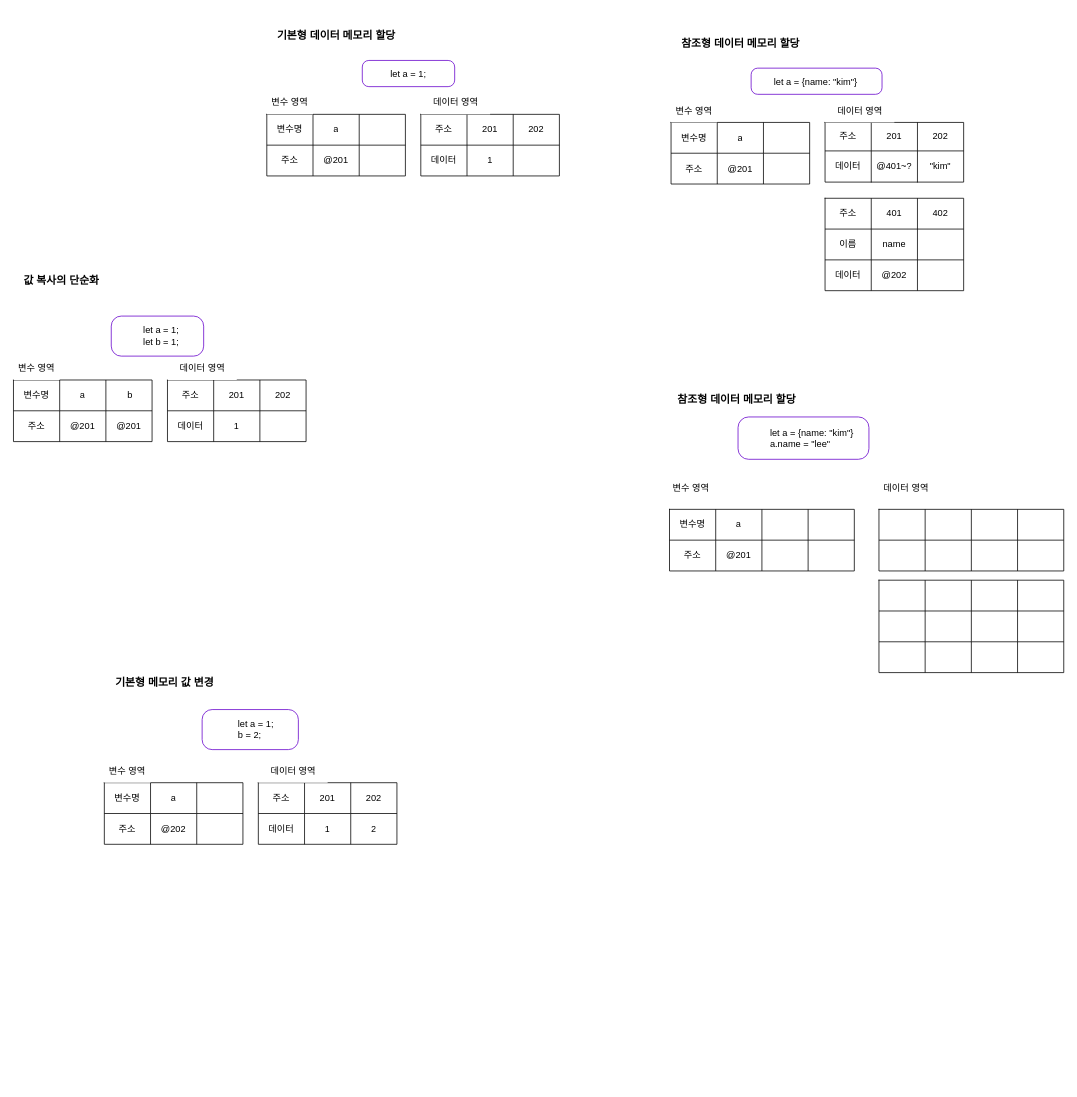
Before: chaeyoo-js.drawio in chaeyoo/javascript-all-i-want, a draw.io diagram. Source tidied: cells renumbered, new cells numbered last; positions are measured from the earlier drawing's top-left corner, leaving out a move shared by most shapes. Both pictures are drawn from the tidied source at 77%, with x=0, y=0 at pixel (13, 13).
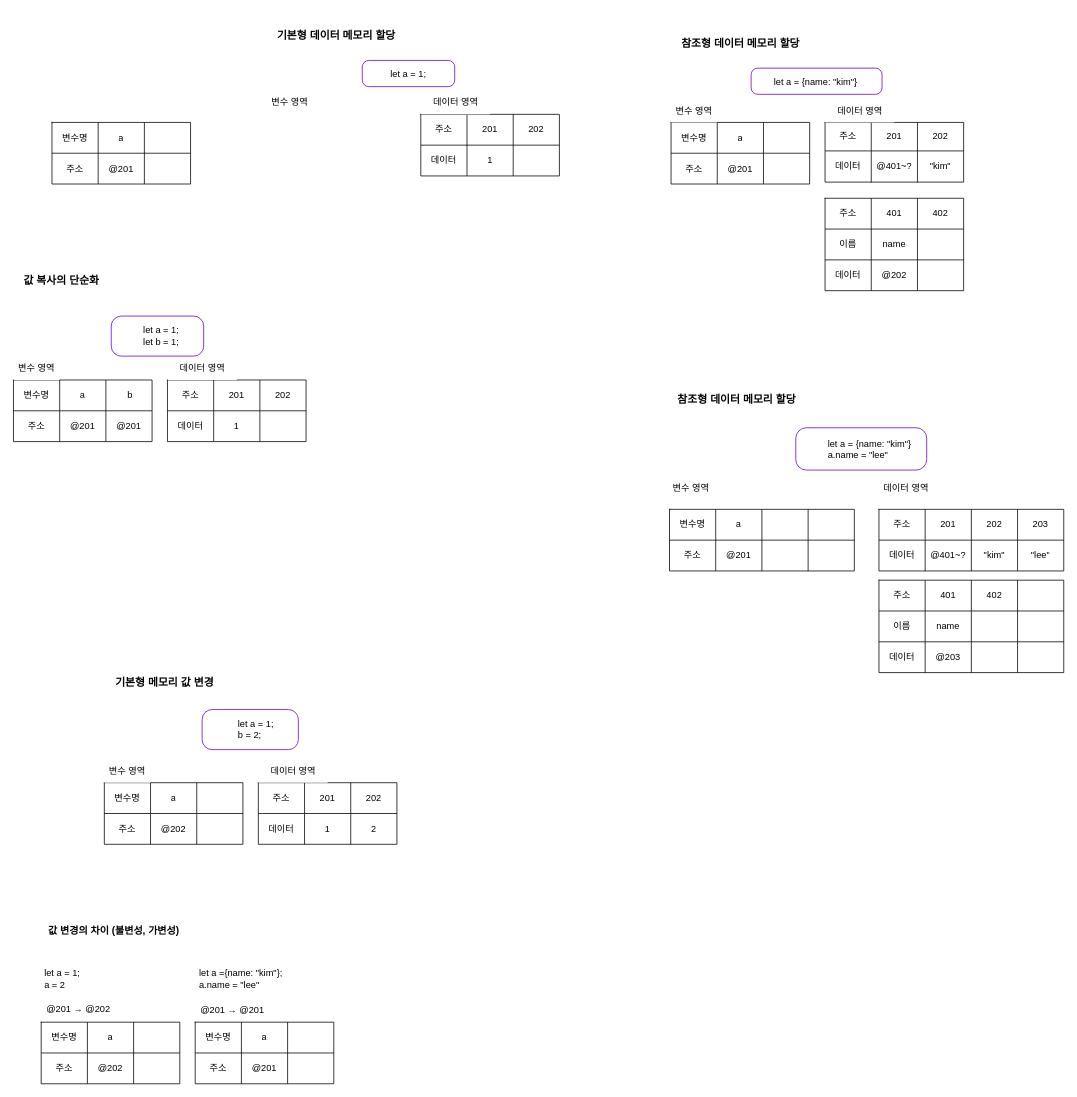
The same diagram, later.

Unchanged cells that the change refers to:
```xml
<mxCell id="124" style="shape=tableRow;horizontal=0;startSize=0;swimlaneHead=0;swimlaneBody=0;strokeColor=inherit;top=0;left=0;bottom=0;right=0;fillColor=none;" parent="123" vertex="1">
  <mxGeometry width="240" height="40" as="geometry" />
</mxCell>
<mxCell id="129" style="shape=tableRow;horizontal=0;startSize=0;swimlaneHead=0;swimlaneBody=0;strokeColor=inherit;top=0;left=0;bottom=0;right=0;fillColor=none;" parent="123" vertex="1">
  <mxGeometry y="40" width="240" height="40" as="geometry" />
</mxCell>
<mxCell id="135" style="shape=tableRow;horizontal=0;startSize=0;swimlaneHead=0;swimlaneBody=0;strokeColor=inherit;top=0;left=0;bottom=0;right=0;fillColor=none;" parent="134" vertex="1">
  <mxGeometry width="240" height="40" as="geometry" />
</mxCell>
<mxCell id="140" style="shape=tableRow;horizontal=0;startSize=0;swimlaneHead=0;swimlaneBody=0;strokeColor=inherit;top=0;left=0;bottom=0;right=0;fillColor=none;" parent="134" vertex="1">
  <mxGeometry y="40" width="240" height="40" as="geometry" />
</mxCell>
<mxCell id="145" style="shape=tableRow;horizontal=0;startSize=0;swimlaneHead=0;swimlaneBody=0;strokeColor=inherit;top=0;left=0;bottom=0;right=0;fillColor=none;" parent="134" vertex="1">
  <mxGeometry y="80" width="240" height="40" as="geometry" />
</mxCell>
```

The edit, as a diff of the source:
```diff
@@
     <mxCell id="4" style="shape=table;startSize=0;childLayout=tableLayout;" parent="1" vertex="1">
-      <mxGeometry x="329" y="131" width="180" height="80" as="geometry" />
+      <mxGeometry x="50" y="141.5" width="180" height="80" as="geometry" />
     </mxCell>
@@
     <mxCell id="108" value="let a = {name: &quot;kim&quot;}&lt;br&gt;&lt;div style=&quot;text-align: left;&quot;&gt;&lt;span style=&quot;background-color: initial;&quot;&gt;a.name = &quot;lee&quot;&lt;/span&gt;&lt;/div&gt;" style="text;html=1;align=center;verticalAlign=middle;whiteSpace=wrap;rounded=0;fillColor=#FFFFFF;" parent="1" vertex="1">
-      <mxGeometry x="974" y="536.5" width="126" height="30" as="geometry" />
+      <mxGeometry x="1049" y="550.5" width="126" height="30" as="geometry" />
     </mxCell>
@@
     <mxCell id="111" style="rounded=1;whiteSpace=wrap;html=1;strokeColor=#6600CC;fillColor=none;shadow=0;arcSize=25;" parent="1" vertex="1">
-      <mxGeometry x="941" y="524" width="170" height="55" as="geometry" />
+      <mxGeometry x="1016" y="538" width="170" height="55" as="geometry" />
     </mxCell>
@@
-    <mxCell id="125" style="shape=partialRectangle;html=1;whiteSpace=wrap;strokeColor=inherit;overflow=hidden;fillColor=none;top=0;left=0;bottom=0;right=0;" parent="124" vertex="1">
+    <mxCell id="125" value="주소" style="shape=partialRectangle;html=1;whiteSpace=wrap;strokeColor=inherit;overflow=hidden;fillColor=none;top=0;left=0;bottom=0;right=0;" parent="124" vertex="1">
       <mxGeometry width="60" height="40" as="geometry" />
     </mxCell>
-    <mxCell id="126" style="shape=partialRectangle;html=1;whiteSpace=wrap;strokeColor=inherit;overflow=hidden;fillColor=none;top=0;left=0;bottom=0;right=0;" parent="124" vertex="1">
+    <mxCell id="126" value="201" style="shape=partialRectangle;html=1;whiteSpace=wrap;strokeColor=inherit;overflow=hidden;fillColor=none;top=0;left=0;bottom=0;right=0;" parent="124" vertex="1">
       <mxGeometry x="60" width="60" height="40" as="geometry" />
     </mxCell>
-    <mxCell id="127" style="shape=partialRectangle;html=1;whiteSpace=wrap;strokeColor=inherit;overflow=hidden;fillColor=none;top=0;left=0;bottom=0;right=0;" parent="124" vertex="1">
+    <mxCell id="127" value="202" style="shape=partialRectangle;html=1;whiteSpace=wrap;strokeColor=inherit;overflow=hidden;fillColor=none;top=0;left=0;bottom=0;right=0;" parent="124" vertex="1">
       <mxGeometry x="120" width="60" height="40" as="geometry" />
     </mxCell>
-    <mxCell id="128" style="shape=partialRectangle;html=1;whiteSpace=wrap;strokeColor=inherit;overflow=hidden;fillColor=none;top=0;left=0;bottom=0;right=0;" parent="124" vertex="1">
+    <mxCell id="128" value="203" style="shape=partialRectangle;html=1;whiteSpace=wrap;strokeColor=inherit;overflow=hidden;fillColor=none;top=0;left=0;bottom=0;right=0;" parent="124" vertex="1">
       <mxGeometry x="180" width="60" height="40" as="geometry" />
     </mxCell>
@@
-    <mxCell id="130" style="shape=partialRectangle;html=1;whiteSpace=wrap;strokeColor=inherit;overflow=hidden;fillColor=none;top=0;left=0;bottom=0;right=0;" parent="129" vertex="1">
+    <mxCell id="130" value="데이터" style="shape=partialRectangle;html=1;whiteSpace=wrap;strokeColor=inherit;overflow=hidden;fillColor=none;top=0;left=0;bottom=0;right=0;" parent="129" vertex="1">
       <mxGeometry width="60" height="40" as="geometry" />
     </mxCell>
-    <mxCell id="131" style="shape=partialRectangle;html=1;whiteSpace=wrap;strokeColor=inherit;overflow=hidden;fillColor=none;top=0;left=0;bottom=0;right=0;" parent="129" vertex="1">
+    <mxCell id="131" value="@401~?" style="shape=partialRectangle;html=1;whiteSpace=wrap;strokeColor=inherit;overflow=hidden;fillColor=none;top=0;left=0;bottom=0;right=0;" parent="129" vertex="1">
       <mxGeometry x="60" width="60" height="40" as="geometry" />
     </mxCell>
-    <mxCell id="132" style="shape=partialRectangle;html=1;whiteSpace=wrap;strokeColor=inherit;overflow=hidden;fillColor=none;top=0;left=0;bottom=0;right=0;" parent="129" vertex="1">
+    <mxCell id="132" value="&quot;kim&quot;" style="shape=partialRectangle;html=1;whiteSpace=wrap;strokeColor=inherit;overflow=hidden;fillColor=none;top=0;left=0;bottom=0;right=0;" parent="129" vertex="1">
       <mxGeometry x="120" width="60" height="40" as="geometry" />
     </mxCell>
-    <mxCell id="133" style="shape=partialRectangle;html=1;whiteSpace=wrap;strokeColor=inherit;overflow=hidden;fillColor=none;top=0;left=0;bottom=0;right=0;" parent="129" vertex="1">
+    <mxCell id="133" value="&quot;lee&quot;" style="shape=partialRectangle;html=1;whiteSpace=wrap;strokeColor=inherit;overflow=hidden;fillColor=none;top=0;left=0;bottom=0;right=0;" parent="129" vertex="1">
       <mxGeometry x="180" width="60" height="40" as="geometry" />
     </mxCell>
@@
-    <mxCell id="136" style="shape=partialRectangle;html=1;whiteSpace=wrap;strokeColor=inherit;overflow=hidden;fillColor=none;top=0;left=0;bottom=0;right=0;" parent="135" vertex="1">
+    <mxCell id="136" value="주소" style="shape=partialRectangle;html=1;whiteSpace=wrap;strokeColor=inherit;overflow=hidden;fillColor=none;top=0;left=0;bottom=0;right=0;" parent="135" vertex="1">
       <mxGeometry width="60" height="40" as="geometry" />
     </mxCell>
-    <mxCell id="137" style="shape=partialRectangle;html=1;whiteSpace=wrap;strokeColor=inherit;overflow=hidden;fillColor=none;top=0;left=0;bottom=0;right=0;" parent="135" vertex="1">
+    <mxCell id="137" value="401" style="shape=partialRectangle;html=1;whiteSpace=wrap;strokeColor=inherit;overflow=hidden;fillColor=none;top=0;left=0;bottom=0;right=0;" parent="135" vertex="1">
       <mxGeometry x="60" width="60" height="40" as="geometry" />
     </mxCell>
-    <mxCell id="138" style="shape=partialRectangle;html=1;whiteSpace=wrap;strokeColor=inherit;overflow=hidden;fillColor=none;top=0;left=0;bottom=0;right=0;" parent="135" vertex="1">
+    <mxCell id="138" value="402" style="shape=partialRectangle;html=1;whiteSpace=wrap;strokeColor=inherit;overflow=hidden;fillColor=none;top=0;left=0;bottom=0;right=0;" parent="135" vertex="1">
       <mxGeometry x="120" width="60" height="40" as="geometry" />
     </mxCell>
@@
-    <mxCell id="141" style="shape=partialRectangle;html=1;whiteSpace=wrap;strokeColor=inherit;overflow=hidden;fillColor=none;top=0;left=0;bottom=0;right=0;" parent="140" vertex="1">
+    <mxCell id="141" value="이름" style="shape=partialRectangle;html=1;whiteSpace=wrap;strokeColor=inherit;overflow=hidden;fillColor=none;top=0;left=0;bottom=0;right=0;" parent="140" vertex="1">
       <mxGeometry width="60" height="40" as="geometry" />
     </mxCell>
-    <mxCell id="142" style="shape=partialRectangle;html=1;whiteSpace=wrap;strokeColor=inherit;overflow=hidden;fillColor=none;top=0;left=0;bottom=0;right=0;" parent="140" vertex="1">
+    <mxCell id="142" value="name" style="shape=partialRectangle;html=1;whiteSpace=wrap;strokeColor=inherit;overflow=hidden;fillColor=none;top=0;left=0;bottom=0;right=0;" parent="140" vertex="1">
       <mxGeometry x="60" width="60" height="40" as="geometry" />
     </mxCell>
@@
-    <mxCell id="146" style="shape=partialRectangle;html=1;whiteSpace=wrap;strokeColor=inherit;overflow=hidden;fillColor=none;top=0;left=0;bottom=0;right=0;" parent="145" vertex="1">
+    <mxCell id="146" value="데이터" style="shape=partialRectangle;html=1;whiteSpace=wrap;strokeColor=inherit;overflow=hidden;fillColor=none;top=0;left=0;bottom=0;right=0;" parent="145" vertex="1">
       <mxGeometry width="60" height="40" as="geometry" />
     </mxCell>
-    <mxCell id="147" style="shape=partialRectangle;html=1;whiteSpace=wrap;strokeColor=inherit;overflow=hidden;fillColor=none;top=0;left=0;bottom=0;right=0;" parent="145" vertex="1">
+    <mxCell id="147" value="@203" style="shape=partialRectangle;html=1;whiteSpace=wrap;strokeColor=inherit;overflow=hidden;fillColor=none;top=0;left=0;bottom=0;right=0;" parent="145" vertex="1">
       <mxGeometry x="60" width="60" height="40" as="geometry" />
     </mxCell>
@@
+    <mxCell id="150" style="shape=table;startSize=0;childLayout=tableLayout;" parent="1" vertex="1">
+      <mxGeometry x="36" y="1310" width="180" height="80" as="geometry" />
+    </mxCell>
+    <mxCell id="151" style="shape=tableRow;horizontal=0;startSize=0;swimlaneHead=0;swimlaneBody=0;strokeColor=inherit;top=0;left=0;bottom=0;right=0;fillColor=none;" parent="150" vertex="1">
+      <mxGeometry width="180" height="40" as="geometry" />
+    </mxCell>
+    <mxCell id="152" value="변수명" style="shape=partialRectangle;html=1;whiteSpace=wrap;strokeColor=inherit;overflow=hidden;fillColor=none;top=0;left=0;bottom=0;right=0;" parent="151" vertex="1">
+      <mxGeometry width="60" height="40" as="geometry" />
+    </mxCell>
+    <mxCell id="153" value="a" style="shape=partialRectangle;html=1;whiteSpace=wrap;strokeColor=inherit;overflow=hidden;fillColor=none;top=0;left=0;bottom=0;right=0;" parent="151" vertex="1">
+      <mxGeometry x="60" width="60" height="40" as="geometry" />
+    </mxCell>
+    <mxCell id="154" style="shape=partialRectangle;html=1;whiteSpace=wrap;strokeColor=inherit;overflow=hidden;fillColor=none;top=0;left=0;bottom=0;right=0;" parent="151" vertex="1">
+      <mxGeometry x="120" width="60" height="40" as="geometry" />
+    </mxCell>
+    <mxCell id="155" style="shape=tableRow;horizontal=0;startSize=0;swimlaneHead=0;swimlaneBody=0;strokeColor=inherit;top=0;left=0;bottom=0;right=0;fillColor=none;" parent="150" vertex="1">
+      <mxGeometry y="40" width="180" height="40" as="geometry" />
+    </mxCell>
+    <mxCell id="156" value="주소" style="shape=partialRectangle;html=1;whiteSpace=wrap;strokeColor=inherit;overflow=hidden;fillColor=none;top=0;left=0;bottom=0;right=0;" parent="155" vertex="1">
+      <mxGeometry width="60" height="40" as="geometry" />
+    </mxCell>
+    <mxCell id="157" value="@202" style="shape=partialRectangle;html=1;whiteSpace=wrap;strokeColor=inherit;overflow=hidden;fillColor=none;top=0;left=0;bottom=0;right=0;" parent="155" vertex="1">
+      <mxGeometry x="60" width="60" height="40" as="geometry" />
+    </mxCell>
+    <mxCell id="158" style="shape=partialRectangle;html=1;whiteSpace=wrap;strokeColor=inherit;overflow=hidden;fillColor=none;top=0;left=0;bottom=0;right=0;" parent="155" vertex="1">
+      <mxGeometry x="120" width="60" height="40" as="geometry" />
+    </mxCell>
+    <mxCell id="159" style="shape=table;startSize=0;childLayout=tableLayout;" parent="1" vertex="1">
+      <mxGeometry x="236" y="1310" width="180" height="80" as="geometry" />
+    </mxCell>
+    <mxCell id="160" style="shape=tableRow;horizontal=0;startSize=0;swimlaneHead=0;swimlaneBody=0;strokeColor=inherit;top=0;left=0;bottom=0;right=0;fillColor=none;" parent="159" vertex="1">
+      <mxGeometry width="180" height="40" as="geometry" />
+    </mxCell>
+    <mxCell id="161" value="변수명" style="shape=partialRectangle;html=1;whiteSpace=wrap;strokeColor=inherit;overflow=hidden;fillColor=none;top=0;left=0;bottom=0;right=0;" parent="160" vertex="1">
+      <mxGeometry width="60" height="40" as="geometry" />
+    </mxCell>
+    <mxCell id="162" value="a" style="shape=partialRectangle;html=1;whiteSpace=wrap;strokeColor=inherit;overflow=hidden;fillColor=none;top=0;left=0;bottom=0;right=0;" parent="160" vertex="1">
+      <mxGeometry x="60" width="60" height="40" as="geometry" />
+    </mxCell>
+    <mxCell id="163" style="shape=partialRectangle;html=1;whiteSpace=wrap;strokeColor=inherit;overflow=hidden;fillColor=none;top=0;left=0;bottom=0;right=0;" parent="160" vertex="1">
+      <mxGeometry x="120" width="60" height="40" as="geometry" />
+    </mxCell>
+    <mxCell id="164" style="shape=tableRow;horizontal=0;startSize=0;swimlaneHead=0;swimlaneBody=0;strokeColor=inherit;top=0;left=0;bottom=0;right=0;fillColor=none;" parent="159" vertex="1">
+      <mxGeometry y="40" width="180" height="40" as="geometry" />
+    </mxCell>
+    <mxCell id="165" value="주소" style="shape=partialRectangle;html=1;whiteSpace=wrap;strokeColor=inherit;overflow=hidden;fillColor=none;top=0;left=0;bottom=0;right=0;" parent="164" vertex="1">
+      <mxGeometry width="60" height="40" as="geometry" />
+    </mxCell>
+    <mxCell id="166" value="@201" style="shape=partialRectangle;html=1;whiteSpace=wrap;strokeColor=inherit;overflow=hidden;fillColor=none;top=0;left=0;bottom=0;right=0;" parent="164" vertex="1">
+      <mxGeometry x="60" width="60" height="40" as="geometry" />
+    </mxCell>
+    <mxCell id="167" style="shape=partialRectangle;html=1;whiteSpace=wrap;strokeColor=inherit;overflow=hidden;fillColor=none;top=0;left=0;bottom=0;right=0;" parent="164" vertex="1">
+      <mxGeometry x="120" width="60" height="40" as="geometry" />
+    </mxCell>
+    <mxCell id="168" value="값 변경의 차이 (불변성, 가변성)" style="text;html=1;align=center;verticalAlign=middle;whiteSpace=wrap;rounded=0;fontStyle=1;fontSize=13;" parent="1" vertex="1">
+      <mxGeometry x="18" y="1176" width="225" height="30" as="geometry" />
+    </mxCell>
+    <mxCell id="169" value="@201 → @202" style="text;html=1;align=center;verticalAlign=middle;whiteSpace=wrap;rounded=0;" parent="1" vertex="1">
+      <mxGeometry x="36" y="1278" width="97" height="30" as="geometry" />
+    </mxCell>
+    <mxCell id="170" value="@201 → @201" style="text;html=1;align=center;verticalAlign=middle;whiteSpace=wrap;rounded=0;" parent="1" vertex="1">
+      <mxGeometry x="236" y="1280" width="97" height="30" as="geometry" />
+    </mxCell>
+    <mxCell id="171" value="let a = 1;&lt;br&gt;&lt;div style=&quot;text-align: left;&quot;&gt;&lt;span style=&quot;background-color: initial;&quot;&gt;a = 2&lt;/span&gt;&lt;/div&gt;" style="text;html=1;align=center;verticalAlign=middle;whiteSpace=wrap;rounded=0;" parent="1" vertex="1">
+      <mxGeometry x="36" y="1239" width="55" height="30" as="geometry" />
+    </mxCell>
+    <mxCell id="172" value="let a ={name: &quot;kim&quot;};&lt;br&gt;&lt;div style=&quot;text-align: left;&quot;&gt;&lt;span style=&quot;background-color: initial;&quot;&gt;a.name = &quot;lee&quot;&lt;/span&gt;&lt;/div&gt;" style="text;html=1;align=center;verticalAlign=middle;whiteSpace=wrap;rounded=0;" parent="1" vertex="1">
+      <mxGeometry x="236" y="1239" width="119" height="30" as="geometry" />
+    </mxCell>
```
